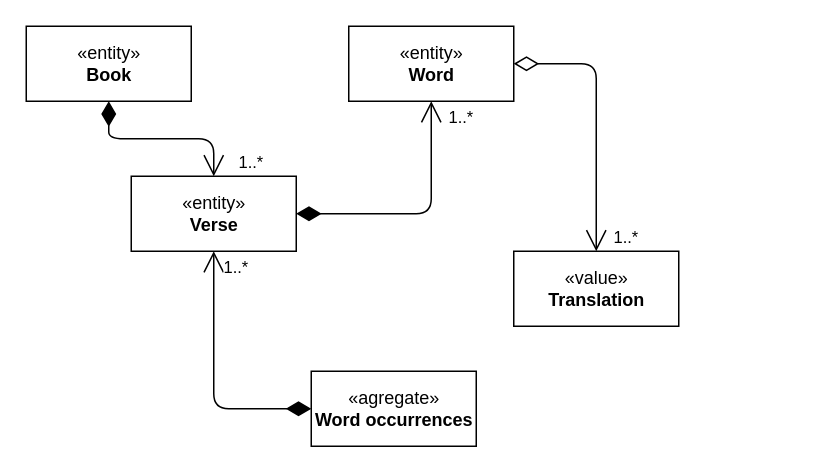
Above: page "terms" (2 of 3) of docs/architecture/diagrams.drawio in vuesence/bibleistika (draw.io), before the change. Source tidied: cells renumbered, new cells numbered last; positions are measured from the earlier drawing's top-left corner, leaving out a move shared by most shapes. Both pictures are drawn from the tidied source at 150%, with x=0, y=0 at pixel (26, 26).
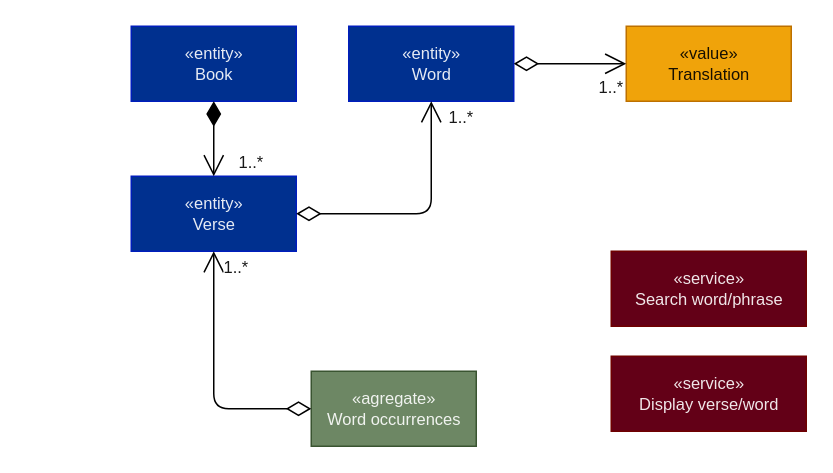
The same page after the edit.

Change to the diagram source:
```diff
@@
 <mxGraphModel>
   <root>
     <mxCell id="0" />
     <mxCell id="1" parent="0" />
-    <mxCell id="2" value="«entity»&lt;br&gt;&lt;b&gt;Verse&lt;/b&gt;" style="html=1;" parent="1" vertex="1">
+    <mxCell id="2" value="«entity»&lt;br style=&quot;font-size: 11px;&quot;&gt;&lt;span style=&quot;font-size: 11px;&quot;&gt;Verse&lt;/span&gt;" style="html=1;fillColor=#00308F;strokeColor=#001DBC;fontColor=#ffffff;fillStyle=auto;fontSize=11;fontStyle=0;textOpacity=90;" parent="1" vertex="1">
       <mxGeometry x="70" y="100" width="110" height="50" as="geometry" />
     </mxCell>
-    <mxCell id="3" value="«entity»&lt;br&gt;&lt;b&gt;Book&lt;/b&gt;" style="html=1;" parent="1" vertex="1">
-      <mxGeometry width="110" height="50" as="geometry" />
+    <mxCell id="3" value="«entity»&lt;br style=&quot;font-size: 11px;&quot;&gt;&lt;span style=&quot;font-size: 11px;&quot;&gt;Book&lt;/span&gt;" style="html=1;fillColor=#00308F;strokeColor=#001DBC;fontColor=#ffffff;fillStyle=auto;fontSize=11;fontStyle=0;textOpacity=90;" parent="1" vertex="1">
+      <mxGeometry x="70" width="110" height="50" as="geometry" />
     </mxCell>
-    <mxCell id="4" value="«entity»&lt;br&gt;&lt;b&gt;Word&lt;/b&gt;" style="html=1;" parent="1" vertex="1">
+    <mxCell id="4" value="«entity»&lt;br style=&quot;font-size: 11px;&quot;&gt;&lt;span style=&quot;font-size: 11px;&quot;&gt;Word&lt;/span&gt;" style="html=1;fillColor=#00308F;strokeColor=#001DBC;fontColor=#ffffff;fillStyle=auto;fontSize=11;fontStyle=0;textOpacity=90;" parent="1" vertex="1">
       <mxGeometry x="215" width="110" height="50" as="geometry" />
     </mxCell>
-    <mxCell id="5" value="«agregate»&lt;br&gt;&lt;b&gt;Word occurrences&lt;/b&gt;" style="html=1;" parent="1" vertex="1">
+    <mxCell id="5" value="«agregate»&lt;br style=&quot;font-size: 11px;&quot;&gt;&lt;span style=&quot;font-size: 11px;&quot;&gt;Word occurrences&lt;/span&gt;" style="html=1;fillColor=#6d8764;strokeColor=#3A5431;fontColor=#ffffff;fontSize=11;fontStyle=0;textOpacity=90;" parent="1" vertex="1">
       <mxGeometry x="190" y="230" width="110" height="50" as="geometry" />
     </mxCell>
-    <mxCell id="6" value="«value»&lt;br&gt;&lt;b&gt;Translation&lt;/b&gt;" style="html=1;" parent="1" vertex="1">
-      <mxGeometry x="325" y="150" width="110" height="50" as="geometry" />
+    <mxCell id="6" value="«value»&lt;br style=&quot;font-size: 11px;&quot;&gt;&lt;span style=&quot;font-size: 11px;&quot;&gt;Translation&lt;/span&gt;" style="html=1;fillColor=#f0a30a;fontColor=#000000;strokeColor=#BD7000;fontSize=11;fontStyle=0;textOpacity=90;" parent="1" vertex="1">
+      <mxGeometry x="400" width="110" height="50" as="geometry" />
     </mxCell>
-    <mxCell id="7" value="1..*" style="endArrow=open;html=1;endSize=12;startArrow=diamondThin;startSize=14;startFill=1;edgeStyle=orthogonalEdgeStyle;align=left;verticalAlign=bottom;exitX=0.5;exitY=1;exitDx=0;exitDy=0;entryX=0.5;entryY=0;entryDx=0;entryDy=0;" parent="1" edge="1" source="3" target="2">
+    <mxCell id="7" value="1..*" style="endArrow=open;html=1;endSize=12;startArrow=diamondThin;startSize=14;startFill=1;edgeStyle=orthogonalEdgeStyle;align=left;verticalAlign=bottom;exitX=0.5;exitY=1;exitDx=0;exitDy=0;entryX=0.5;entryY=0;entryDx=0;entryDy=0;fontSize=11;fontStyle=0;textOpacity=90;" parent="1" edge="1" source="3" target="2">
       <mxGeometry x="1" y="15" relative="1" as="geometry" />
     </mxCell>
-    <mxCell id="8" value="1..*" style="endArrow=open;html=1;endSize=12;startArrow=diamondThin;startSize=14;startFill=1;edgeStyle=orthogonalEdgeStyle;align=left;verticalAlign=bottom;exitX=1;exitY=0.5;exitDx=0;exitDy=0;entryX=0.5;entryY=1;entryDx=0;entryDy=0;" parent="1" edge="1" source="2" target="4">
+    <mxCell id="8" value="1..*" style="endArrow=open;html=1;endSize=12;startArrow=diamondThin;startSize=14;startFill=0;edgeStyle=orthogonalEdgeStyle;align=left;verticalAlign=bottom;exitX=1;exitY=0.5;exitDx=0;exitDy=0;entryX=0.5;entryY=1;entryDx=0;entryDy=0;fontSize=11;fontStyle=0;textOpacity=90;" parent="1" edge="1" source="2" target="4">
       <mxGeometry x="0.76" y="-10" relative="1" as="geometry" />
     </mxCell>
-    <mxCell id="9" value="1..*" style="endArrow=open;html=1;endSize=12;startArrow=diamondThin;startSize=14;startFill=0;edgeStyle=orthogonalEdgeStyle;align=left;verticalAlign=bottom;exitX=1;exitY=0.5;exitDx=0;exitDy=0;entryX=0.5;entryY=0;entryDx=0;entryDy=0;" parent="1" edge="1" source="4" target="6">
-      <mxGeometry x="1" y="10" relative="1" as="geometry" />
+    <mxCell id="9" value="1..*" style="endArrow=open;html=1;endSize=12;startArrow=diamondThin;startSize=14;startFill=0;edgeStyle=orthogonalEdgeStyle;align=left;verticalAlign=bottom;exitX=1;exitY=0.5;exitDx=0;exitDy=0;entryX=0;entryY=0.5;entryDx=0;entryDy=0;fontSize=11;fontStyle=0;textOpacity=90;" parent="1" edge="1" source="4" target="6">
+      <mxGeometry x="0.47" y="-25" relative="1" as="geometry" />
     </mxCell>
-    <mxCell id="10" value="1..*" style="endArrow=open;html=1;endSize=12;startArrow=diamondThin;startSize=14;startFill=1;edgeStyle=orthogonalEdgeStyle;align=left;verticalAlign=bottom;entryX=0.5;entryY=1;entryDx=0;entryDy=0;exitX=0;exitY=0.5;exitDx=0;exitDy=0;" parent="1" edge="1" source="5" target="2">
+    <mxCell id="10" value="1..*" style="endArrow=open;html=1;endSize=12;startArrow=diamondThin;startSize=14;startFill=0;edgeStyle=orthogonalEdgeStyle;align=left;verticalAlign=bottom;entryX=0.5;entryY=1;entryDx=0;entryDy=0;exitX=0;exitY=0.5;exitDx=0;exitDy=0;strokeColor=default;fontSize=11;fontStyle=0;textOpacity=90;" parent="1" edge="1" source="5" target="2">
       <mxGeometry x="0.76" y="-5" relative="1" as="geometry" />
     </mxCell>
+    <mxCell id="11" value="«service»&lt;br style=&quot;font-size: 11px;&quot;&gt;&lt;span style=&quot;font-size: 11px;&quot;&gt;Search word/phrase&lt;/span&gt;" style="html=1;fillColor=#630017;fontColor=#ffffff;strokeColor=#6F0000;fontSize=11;fontStyle=0;textOpacity=90;" parent="1" vertex="1">
+      <mxGeometry x="390" y="150" width="130" height="50" as="geometry" />
+    </mxCell>
+    <mxCell id="12" value="«service»&lt;br style=&quot;font-size: 11px;&quot;&gt;&lt;span style=&quot;font-size: 11px;&quot;&gt;Display verse/word&lt;/span&gt;" style="html=1;fillColor=#630017;fontColor=#ffffff;strokeColor=#6F0000;fontSize=11;fontStyle=0;textOpacity=90;" parent="1" vertex="1">
+      <mxGeometry x="390" y="220" width="130" height="50" as="geometry" />
+    </mxCell>
   </root>
 </mxGraphModel>
```
